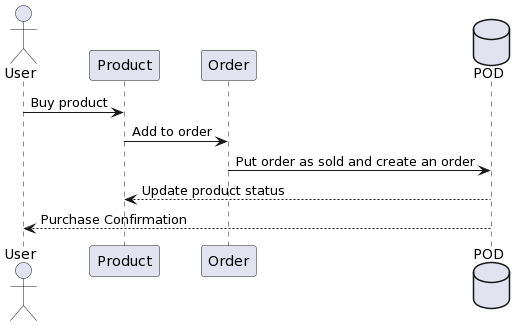
Above: docs/images/06_buyProduct_runtime_view.png in Arquisoft/dede_es6c (PlantUML), before the change.
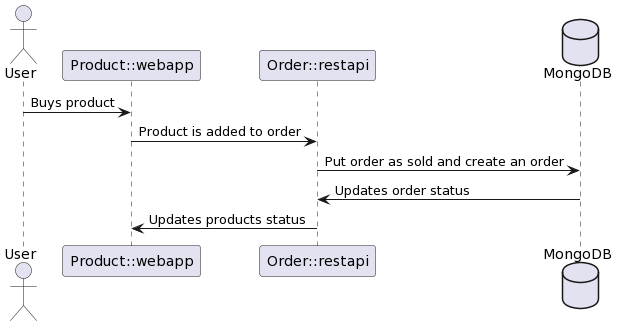
Above is the later version.

Diff of the diagram source:
```diff
@@ -1,9 +1,9 @@
 @startuml
 actor User
-User -> Product: Buy product
-Product -> Order : Add to order
-database POD
-Order -> POD : Put order as sold and create an order
-POD --> Product : Update product status
-POD --> User : Purchase Confirmation
+User -> "Product::webapp" : Buys product
+"Product::webapp"-> "Order::restapi": Product is added to order
+Database MongoDB
+"Order::restapi"-> MongoDB : Put order as sold and create an order
+MongoDB -> "Order::restapi" : Updates order status
+"Order::restapi"-> "Product::webapp": Updates products status
 @enduml
```
